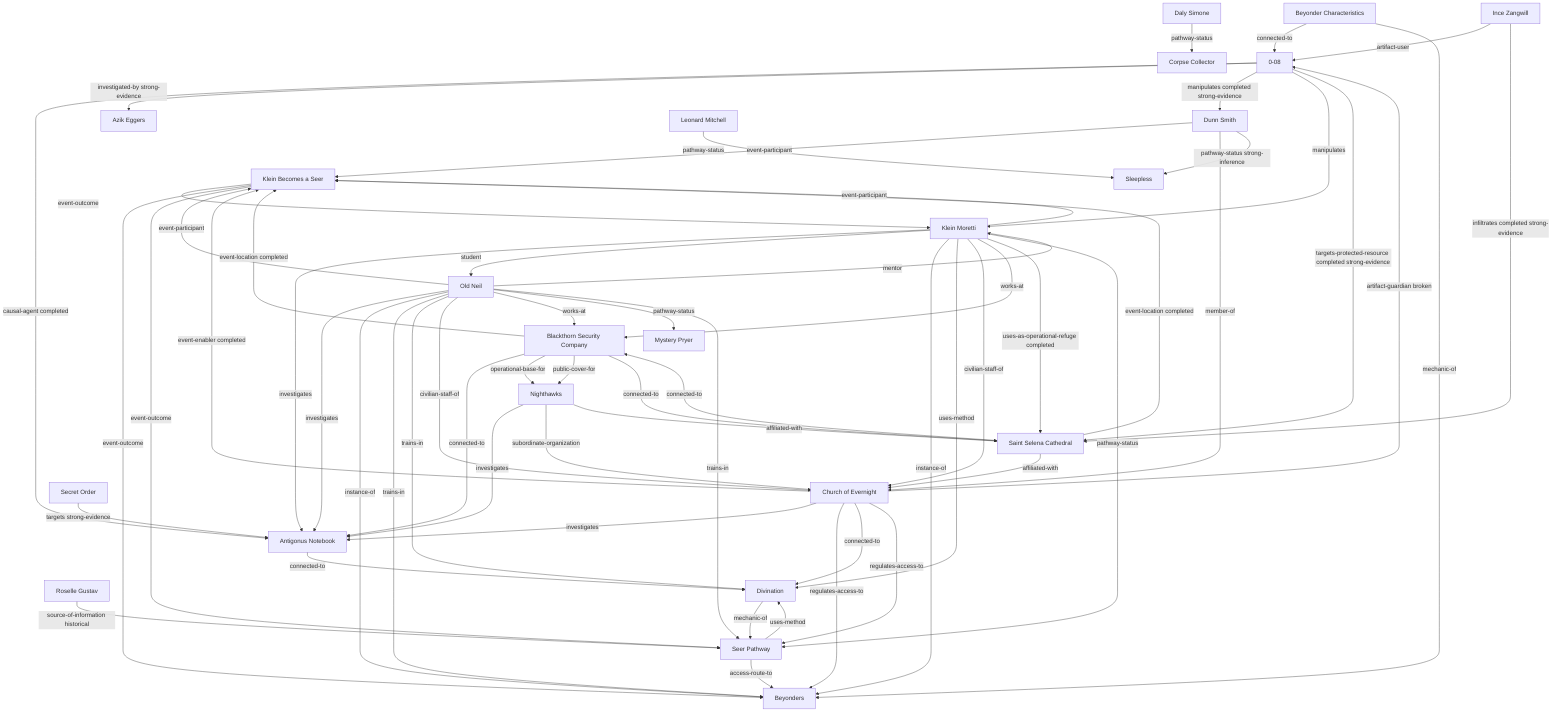
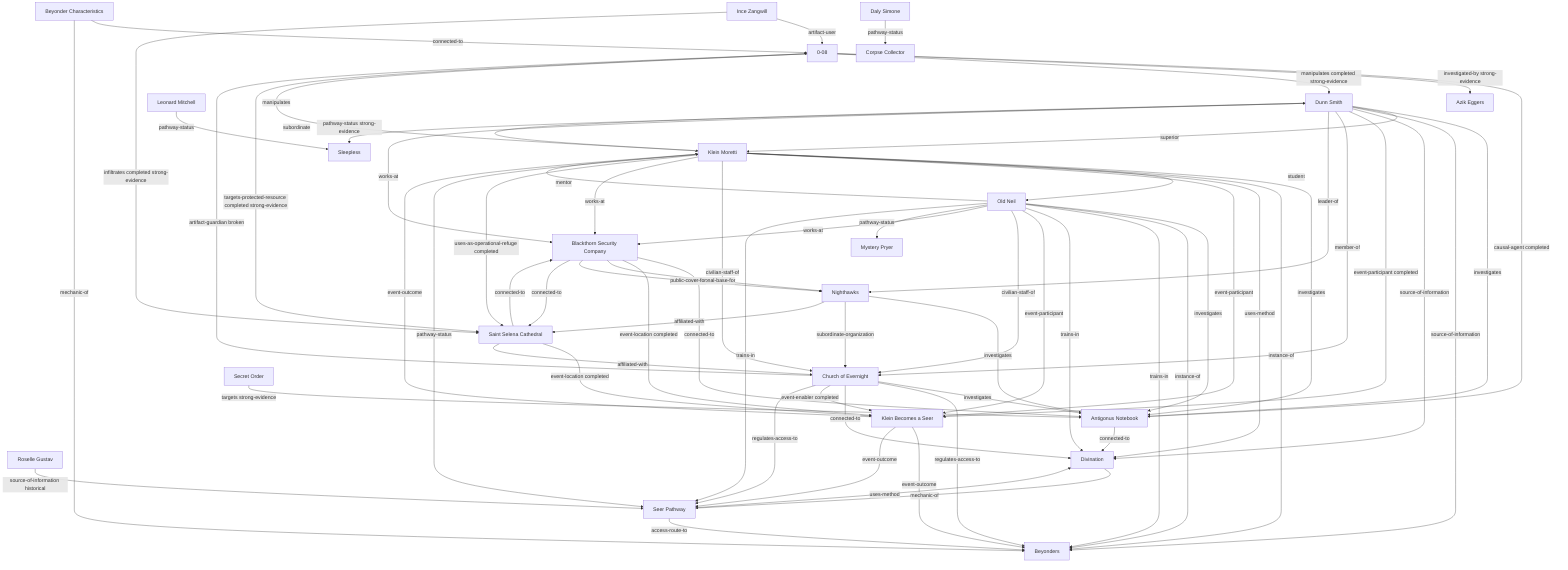
- graph TD
+ ﻿graph TD
  artifact_0_08["0-08"]
  artifact_antigonus_notebook["Antigonus Notebook"]
  character_azik_eggers["Azik Eggers"]
  character_daly_simone["Daly Simone"]
  character_dunn_smith["Dunn Smith"]
  character_ince_zangwill["Ince Zangwill"]
  character_klein_moretti["Klein Moretti"]
  character_leonard_mitchell["Leonard Mitchell"]
  character_old_neil["Old Neil"]
  character_roselle_gustav["Roselle Gustav"]
  concept_beyonder_characteristics["Beyonder Characteristics"]
  concept_beyonders["Beyonders"]
  concept_divination["Divination"]
  event_klein_becomes_a_seer["Klein Becomes a Seer"]
  faction_church_of_evernight["Church of Evernight"]
  faction_nighthawks["Nighthawks"]
  faction_secret_order["Secret Order"]
  location_blackthorn_security_company["Blackthorn Security Company"]
  location_saint_selena_cathedral["Saint Selena Cathedral"]
  pathway_corpse_collector["Corpse Collector"]
  pathway_mystery_pryer["Mystery Pryer"]
  pathway_seer["Seer Pathway"]
  pathway_sleepless["Sleepless"]

  artifact_0_08 -->|causal-agent completed| artifact_antigonus_notebook
  artifact_0_08 -->|investigated-by strong-evidence| character_azik_eggers
  artifact_0_08 -->|manipulates completed strong-evidence| character_dunn_smith
  artifact_0_08 -->|manipulates| character_klein_moretti
  artifact_0_08 -->|targets-protected-resource completed strong-evidence| location_saint_selena_cathedral
  artifact_antigonus_notebook -->|connected-to| concept_divination
  character_daly_simone -->|pathway-status| pathway_corpse_collector
-   character_dunn_smith -->|event-participant| event_klein_becomes_a_seer
+   character_dunn_smith -->|investigates| artifact_antigonus_notebook
+   character_dunn_smith -->|superior| character_klein_moretti
+   character_dunn_smith -->|source-of-information| concept_beyonders
+   character_dunn_smith -->|source-of-information| concept_divination
+   character_dunn_smith -->|event-participant completed| event_klein_becomes_a_seer
  character_dunn_smith -->|member-of| faction_church_of_evernight
-   character_dunn_smith -->|pathway-status strong-inference| pathway_sleepless
+   character_dunn_smith -->|leader-of| faction_nighthawks
+   character_dunn_smith -->|works-at| location_blackthorn_security_company
+   character_dunn_smith -->|pathway-status strong-evidence| pathway_sleepless
  character_ince_zangwill -->|artifact-user| artifact_0_08
  character_ince_zangwill -->|infiltrates completed strong-evidence| location_saint_selena_cathedral
  character_klein_moretti -->|investigates| artifact_antigonus_notebook
+   character_klein_moretti -->|subordinate| character_dunn_smith
  character_klein_moretti -->|student| character_old_neil
  character_klein_moretti -->|instance-of| concept_beyonders
  character_klein_moretti -->|uses-method| concept_divination
  character_klein_moretti -->|event-participant| event_klein_becomes_a_seer
  character_klein_moretti -->|civilian-staff-of| faction_church_of_evernight
  character_klein_moretti -->|works-at| location_blackthorn_security_company
  character_klein_moretti -->|uses-as-operational-refuge completed| location_saint_selena_cathedral
  character_klein_moretti -->|pathway-status| pathway_seer
  character_leonard_mitchell -->|pathway-status| pathway_sleepless
  character_old_neil -->|investigates| artifact_antigonus_notebook
  character_old_neil -->|mentor| character_klein_moretti
  character_old_neil -->|instance-of| concept_beyonders
  character_old_neil -->|trains-in| concept_beyonders
  character_old_neil -->|trains-in| concept_divination
  character_old_neil -->|event-participant| event_klein_becomes_a_seer
  character_old_neil -->|civilian-staff-of| faction_church_of_evernight
  character_old_neil -->|works-at| location_blackthorn_security_company
  character_old_neil -->|pathway-status| pathway_mystery_pryer
  character_old_neil -->|trains-in| pathway_seer
  character_roselle_gustav -->|source-of-information historical| pathway_seer
  concept_beyonder_characteristics -->|connected-to| artifact_0_08
  concept_beyonder_characteristics -->|mechanic-of| concept_beyonders
  concept_divination -->|mechanic-of| pathway_seer
  event_klein_becomes_a_seer -->|event-outcome| character_klein_moretti
  event_klein_becomes_a_seer -->|event-outcome| concept_beyonders
  event_klein_becomes_a_seer -->|event-outcome| pathway_seer
  faction_church_of_evernight -->|artifact-guardian broken| artifact_0_08
  faction_church_of_evernight -->|investigates| artifact_antigonus_notebook
  faction_church_of_evernight -->|regulates-access-to| concept_beyonders
  faction_church_of_evernight -->|connected-to| concept_divination
  faction_church_of_evernight -->|event-enabler completed| event_klein_becomes_a_seer
  faction_church_of_evernight -->|regulates-access-to| pathway_seer
  faction_nighthawks -->|investigates| artifact_antigonus_notebook
  faction_nighthawks -->|subordinate-organization| faction_church_of_evernight
  faction_nighthawks -->|affiliated-with| location_saint_selena_cathedral
  faction_secret_order -->|targets strong-evidence| artifact_antigonus_notebook
  location_blackthorn_security_company -->|connected-to| artifact_antigonus_notebook
  location_blackthorn_security_company -->|event-location completed| event_klein_becomes_a_seer
  location_blackthorn_security_company -->|operational-base-for| faction_nighthawks
  location_blackthorn_security_company -->|public-cover-for| faction_nighthawks
  location_blackthorn_security_company -->|connected-to| location_saint_selena_cathedral
  location_saint_selena_cathedral -->|event-location completed| event_klein_becomes_a_seer
  location_saint_selena_cathedral -->|affiliated-with| faction_church_of_evernight
  location_saint_selena_cathedral -->|connected-to| location_blackthorn_security_company
  pathway_seer -->|access-route-to| concept_beyonders
  pathway_seer -->|uses-method| concept_divination
